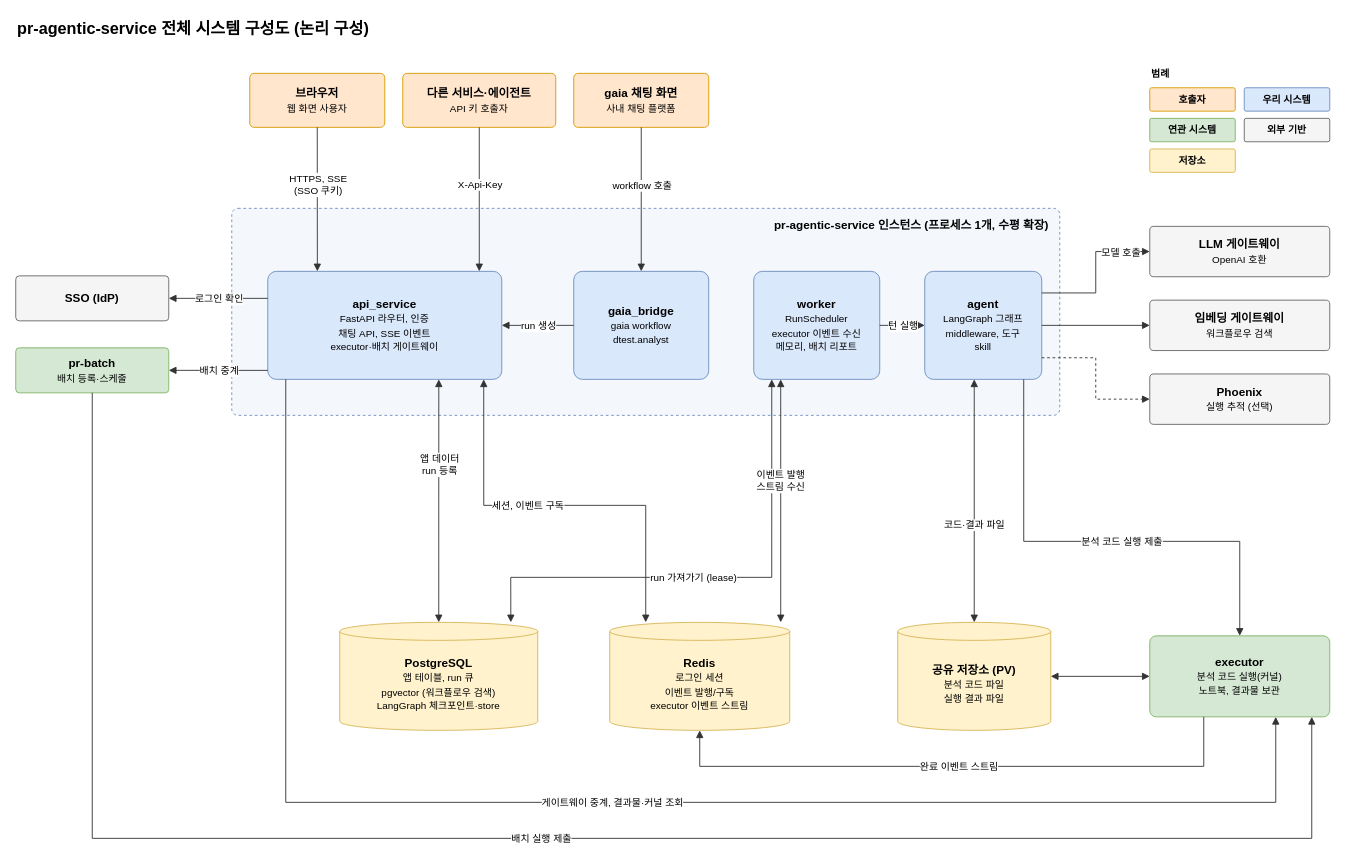
This is page "논리 구성도" (1 of 2) of docs/deliverables/diagrams/01-system-architecture.drawio from KimHwaJin/pr-agentic-service, a draw.io file, before an edit. Source tidied: cells renumbered, new cells numbered last; positions are measured from the earlier drawing's top-left corner, leaving out a move shared by most shapes. Both pictures are drawn from the tidied source at 90%, with x=0, y=0 at pixel (15, 15).
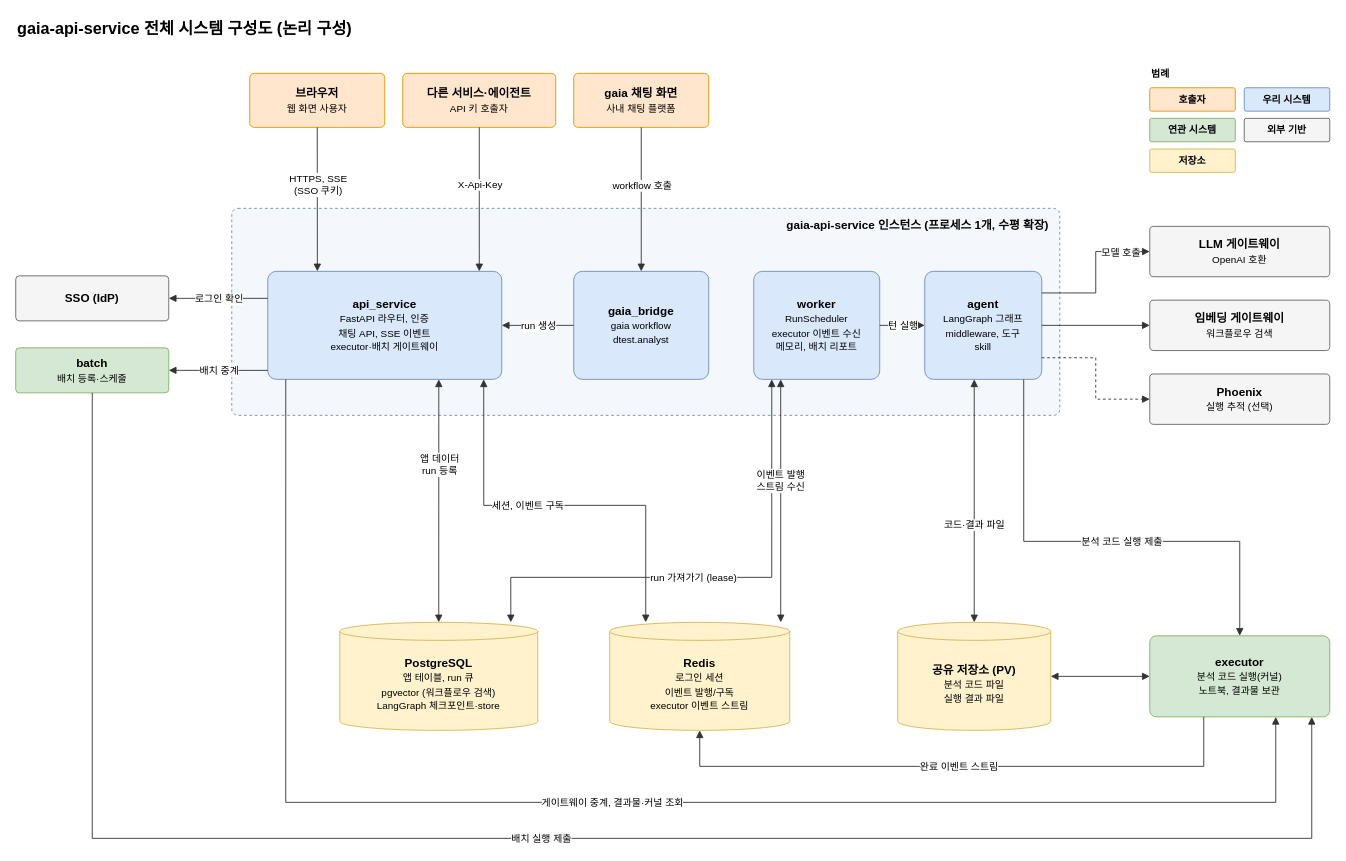
The same page after the edit.

The edit, as a diff of the source:
```diff
@@
-    <mxCell id="2" value="&lt;b&gt;pr-agentic-service 전체 시스템 구성도 (논리 구성)&lt;/b&gt;" style="text;html=1;align=left;verticalAlign=middle;fontSize=18;fontFamily=Helvetica;" parent="1" vertex="1">
+    <mxCell id="2" value="&lt;b&gt;gaia-api-service 전체 시스템 구성도 (논리 구성)&lt;/b&gt;" style="text;html=1;align=left;verticalAlign=middle;fontSize=18;fontFamily=Helvetica;" parent="1" vertex="1">
       <mxGeometry width="900" height="30" as="geometry" />
     </mxCell>
@@
-    <mxCell id="6" value="&lt;b&gt;pr-agentic-service 인스턴스 (프로세스 1개, 수평 확장)&lt;/b&gt;" style="html=1;whiteSpace=wrap;fontFamily=Helvetica;fontSize=13;rounded=1;arcSize=3;dashed=1;fillColor=#f4f8fd;strokeColor=#6c8ebf;verticalAlign=top;align=right;spacingLeft=10;spacingRight=10;spacingTop=4;" parent="1" vertex="1">
+    <mxCell id="6" value="&lt;b&gt;gaia-api-service 인스턴스 (프로세스 1개, 수평 확장)&lt;/b&gt;" style="html=1;whiteSpace=wrap;fontFamily=Helvetica;fontSize=13;rounded=1;arcSize=3;dashed=1;fillColor=#f4f8fd;strokeColor=#6c8ebf;verticalAlign=top;align=right;spacingLeft=10;spacingRight=10;spacingTop=4;" parent="1" vertex="1">
       <mxGeometry x="240" y="214" width="920" height="230" as="geometry" />
     </mxCell>
@@
-    <mxCell id="12" value="&lt;b&gt;pr-batch&lt;/b&gt;&lt;br&gt;&lt;font style=&quot;font-size:11px&quot;&gt;배치 등록·스케줄&lt;/font&gt;" style="html=1;whiteSpace=wrap;fontFamily=Helvetica;fontSize=13;rounded=1;arcSize=8;fillColor=#d5e8d4;strokeColor=#82b366;align=center;" parent="1" vertex="1">
+    <mxCell id="12" value="&lt;b&gt;batch&lt;/b&gt;&lt;br&gt;&lt;font style=&quot;font-size:11px&quot;&gt;배치 등록·스케줄&lt;/font&gt;" style="html=1;whiteSpace=wrap;fontFamily=Helvetica;fontSize=13;rounded=1;arcSize=8;fillColor=#d5e8d4;strokeColor=#82b366;align=center;" parent="1" vertex="1">
       <mxGeometry y="369" width="170" height="50" as="geometry" />
     </mxCell>
```
